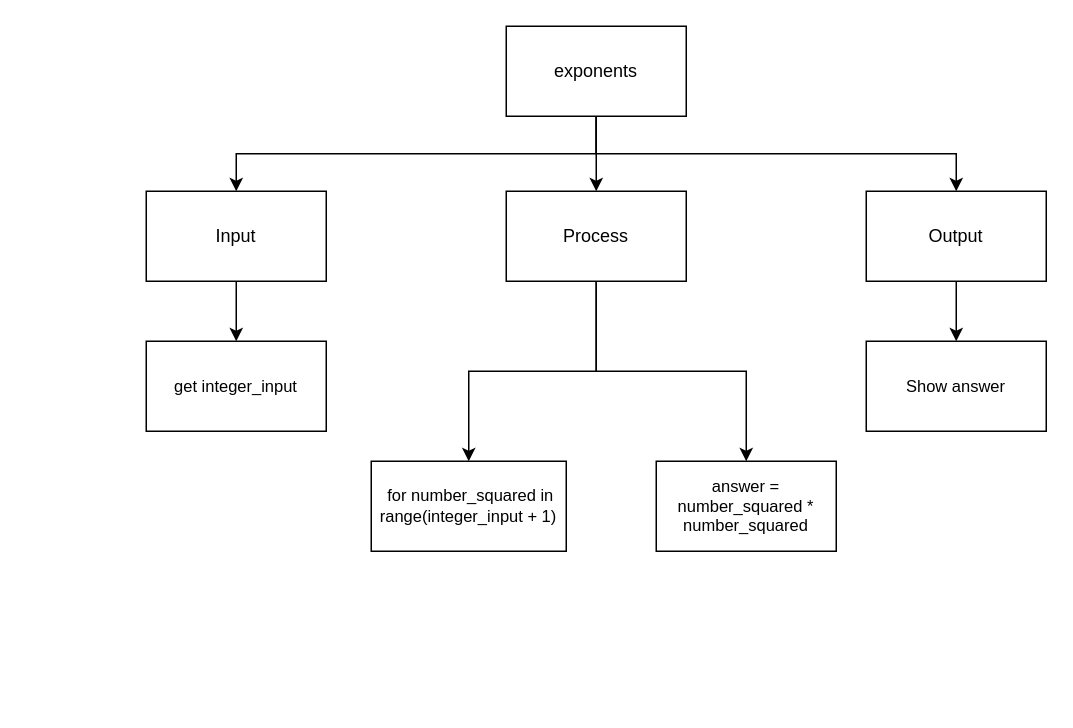
Aleksandr-Ten/ICS3U-Unit4-04-Python keeps this draw.io diagram as design.drawio. Above is the earlier version. Source tidied: cells renumbered, new cells numbered last; positions are measured from the earlier drawing's top-left corner, leaving out a move shared by most shapes. Both pictures are drawn from the tidied source at 150%, with x=0, y=0 at pixel (146, 26).
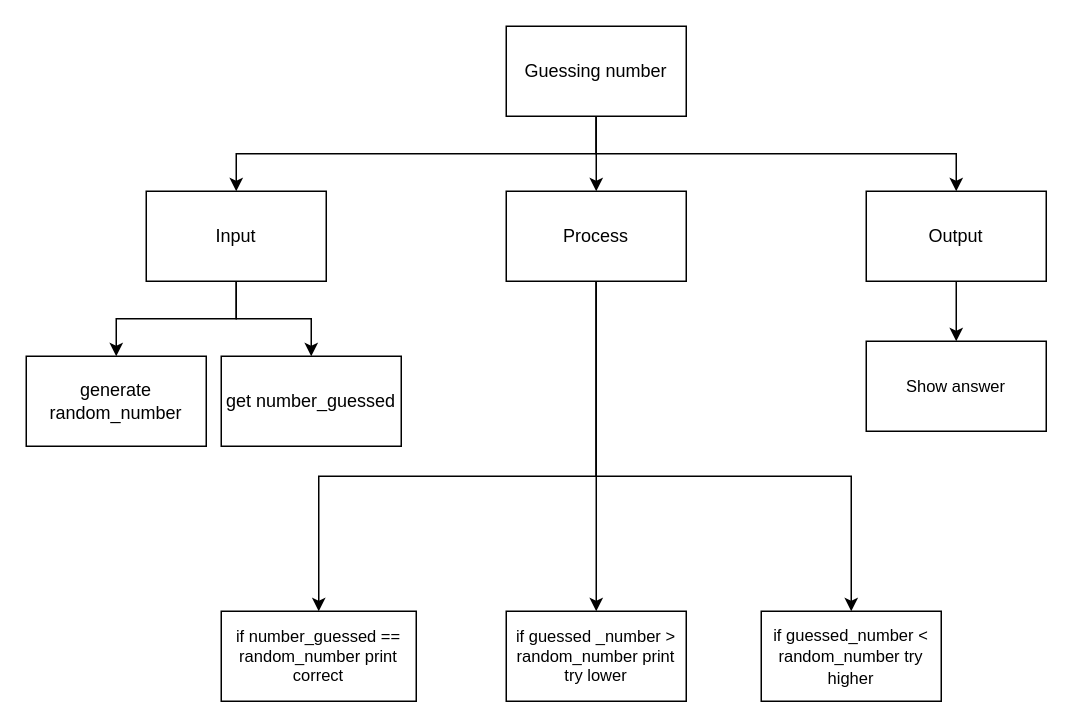
The same page after the edit.

Unchanged cells that the change refers to:
```xml
<mxCell id="8" value="Process" style="rounded=0;whiteSpace=wrap;html=1;" parent="1" vertex="1">
  <mxGeometry x="240" y="110" width="120" height="60" as="geometry" />
</mxCell>
<mxCell id="10" value="Input" style="rounded=0;whiteSpace=wrap;html=1;" parent="1" vertex="1">
  <mxGeometry y="110" width="120" height="60" as="geometry" />
</mxCell>
```

Diff of the diagram source:
```diff
@@
-    <mxCell id="5" value="exponents" style="rounded=0;whiteSpace=wrap;html=1;" parent="1" vertex="1">
+    <mxCell id="5" value="Guessing number" style="rounded=0;whiteSpace=wrap;html=1;" parent="1" vertex="1">
       <mxGeometry x="240" width="120" height="60" as="geometry" />
     </mxCell>
-    <mxCell id="6" style="edgeStyle=orthogonalEdgeStyle;shape=connector;rounded=0;html=1;exitX=0.5;exitY=1;exitDx=0;exitDy=0;labelBackgroundColor=default;fontFamily=Helvetica;fontSize=11;fontColor=default;endArrow=classic;strokeColor=default;" parent="1" edge="1" source="8" target="14">
-      <mxGeometry relative="1" as="geometry" />
+    <mxCell id="6" style="edgeStyle=orthogonalEdgeStyle;shape=connector;rounded=0;html=1;exitX=0.5;exitY=1;exitDx=0;exitDy=0;labelBackgroundColor=default;fontFamily=Helvetica;fontSize=11;fontColor=default;endArrow=classic;strokeColor=default;entryX=0.5;entryY=0;entryDx=0;entryDy=0;" parent="1" edge="1" source="8" target="14">
+      <mxGeometry relative="1" as="geometry">
+        <Array as="points">
+          <mxPoint x="300" y="300" />
+          <mxPoint x="115" y="300" />
+        </Array>
+      </mxGeometry>
     </mxCell>
@@
+    <mxCell id="17" style="edgeStyle=orthogonalEdgeStyle;rounded=0;html=1;exitX=0.5;exitY=1;exitDx=0;exitDy=0;fontSize=11;" parent="1" edge="1" source="8" target="20">
+      <mxGeometry relative="1" as="geometry">
+        <Array as="points">
+          <mxPoint x="300" y="300" />
+          <mxPoint x="470" y="300" />
+        </Array>
+      </mxGeometry>
+    </mxCell>
@@
+    <mxCell id="18" style="edgeStyle=orthogonalEdgeStyle;html=1;exitX=0.5;exitY=1;exitDx=0;exitDy=0;entryX=0.5;entryY=0;entryDx=0;entryDy=0;fontSize=12;rounded=0;" parent="1" edge="1" source="10" target="19">
+      <mxGeometry relative="1" as="geometry" />
+    </mxCell>
@@
-    <mxCell id="13" value="get integer_input" style="rounded=0;whiteSpace=wrap;html=1;fontFamily=Helvetica;fontSize=11;fontColor=default;" parent="1" vertex="1">
-      <mxGeometry y="210" width="120" height="60" as="geometry" />
+    <mxCell id="13" value="&lt;font style=&quot;font-size: 12px&quot;&gt;generate random_number&lt;/font&gt;" style="rounded=0;whiteSpace=wrap;html=1;fontFamily=Helvetica;fontSize=11;fontColor=default;" parent="1" vertex="1">
+      <mxGeometry x="-80" y="220" width="120" height="60" as="geometry" />
     </mxCell>
-    <mxCell id="14" value="&amp;nbsp;for number_squared in range(integer_input + 1)" style="rounded=0;whiteSpace=wrap;html=1;fontFamily=Helvetica;fontSize=11;fontColor=default;" parent="1" vertex="1">
-      <mxGeometry x="150" y="290" width="130" height="60" as="geometry" />
+    <mxCell id="14" value="if number_guessed == random_number print correct" style="rounded=0;whiteSpace=wrap;html=1;fontFamily=Helvetica;fontSize=11;fontColor=default;" parent="1" vertex="1">
+      <mxGeometry x="50" y="390" width="130" height="60" as="geometry" />
     </mxCell>
-    <mxCell id="15" value="&lt;span&gt;answer = number_squared * number_squared&lt;/span&gt;" style="rounded=0;whiteSpace=wrap;html=1;fontFamily=Helvetica;fontSize=11;fontColor=default;" parent="1" vertex="1">
-      <mxGeometry x="340" y="290" width="120" height="60" as="geometry" />
+    <mxCell id="15" value="if guessed _number &amp;gt; random_number print try lower" style="rounded=0;whiteSpace=wrap;html=1;fontFamily=Helvetica;fontSize=11;fontColor=default;" parent="1" vertex="1">
+      <mxGeometry x="240" y="390" width="120" height="60" as="geometry" />
     </mxCell>
@@
+    <mxCell id="19" value="get number_guessed" style="rounded=0;whiteSpace=wrap;html=1;" parent="1" vertex="1">
+      <mxGeometry x="50" y="220" width="120" height="60" as="geometry" />
+    </mxCell>
+    <mxCell id="20" value="&lt;font style=&quot;font-size: 11px&quot;&gt;if guessed_number &amp;lt; random_number try higher&lt;/font&gt;" style="rounded=0;whiteSpace=wrap;html=1;fontSize=12;" parent="1" vertex="1">
+      <mxGeometry x="410" y="390" width="120" height="60" as="geometry" />
+    </mxCell>
```
